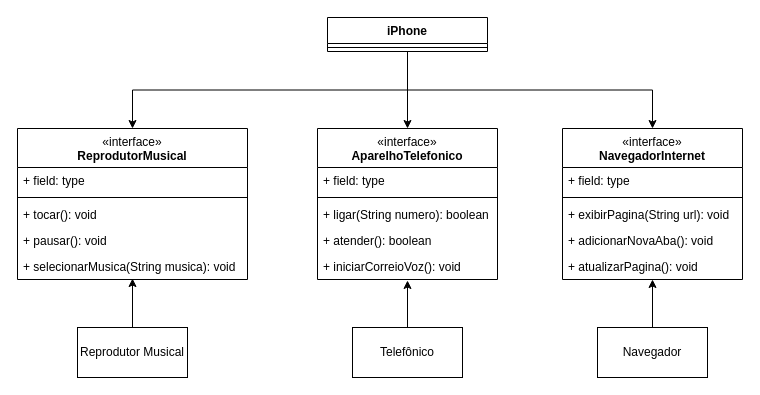
Above: desafio/ComponenteIphone/componente iPhone.drawio in JandersonMota/estudando-java (draw.io), before the change. Source tidied: cells renumbered, new cells numbered last; positions are measured from the earlier drawing's top-left corner, leaving out a move shared by most shapes. Both pictures are drawn from the tidied source at 100%, with x=0, y=0 at pixel (17, 17).
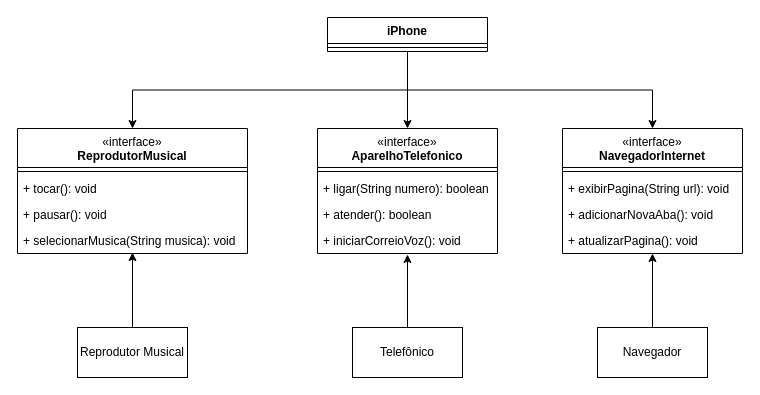
The same page after the edit.

What changed in the source:
```diff
@@
     <mxCell id="5" value="&lt;div&gt;&lt;span style=&quot;font-weight: 400;&quot;&gt;«interface»&lt;/span&gt;&lt;br&gt;&lt;/div&gt;ReprodutorMusical" style="swimlane;fontStyle=1;align=center;verticalAlign=top;horizontal=1;startSize=39;whiteSpace=wrap;html=1;" parent="1" vertex="1">
-      <mxGeometry y="111" width="230" height="151" as="geometry" />
+      <mxGeometry y="111" width="230" height="125" as="geometry" />
     </mxCell>
-    <mxCell id="6" value="+ field: type" style="text;strokeColor=none;fillColor=none;align=left;verticalAlign=top;spacingLeft=4;spacingRight=4;overflow=hidden;whiteSpace=wrap;html=1;" parent="5" vertex="1">
-      <mxGeometry y="39" width="230" height="26" as="geometry" />
-    </mxCell>
     <mxCell id="7" style="line;strokeWidth=1;fillColor=none;align=left;verticalAlign=middle;spacingTop=-1;spacingLeft=3;spacingRight=3;labelPosition=right;strokeColor=inherit;" parent="5" vertex="1">
-      <mxGeometry y="65" width="230" height="8" as="geometry" />
+      <mxGeometry y="39" width="230" height="8" as="geometry" />
     </mxCell>
     <mxCell id="8" value="+ tocar(): void" style="text;strokeColor=none;fillColor=none;align=left;verticalAlign=top;spacingLeft=4;spacingRight=4;overflow=hidden;whiteSpace=wrap;html=1;" parent="5" vertex="1">
-      <mxGeometry y="73" width="230" height="26" as="geometry" />
+      <mxGeometry y="47" width="230" height="26" as="geometry" />
     </mxCell>
     <mxCell id="9" value="+ pausar(): void" style="text;strokeColor=none;fillColor=none;align=left;verticalAlign=top;spacingLeft=4;spacingRight=4;overflow=hidden;whiteSpace=wrap;html=1;" parent="5" vertex="1">
-      <mxGeometry y="99" width="230" height="26" as="geometry" />
+      <mxGeometry y="73" width="230" height="26" as="geometry" />
     </mxCell>
     <mxCell id="10" value="+ selecionarMusica(String musica): void" style="text;strokeColor=none;fillColor=none;align=left;verticalAlign=top;spacingLeft=4;spacingRight=4;overflow=hidden;points=[[0,0.5],[1,0.5]];portConstraint=eastwest;whiteSpace=wrap;html=1;" parent="5" vertex="1">
-      <mxGeometry y="125" width="230" height="26" as="geometry" />
+      <mxGeometry y="99" width="230" height="26" as="geometry" />
     </mxCell>
     <mxCell id="11" value="&lt;div&gt;&lt;span style=&quot;font-weight: 400;&quot;&gt;«interface»&lt;/span&gt;&lt;br&gt;&lt;/div&gt;AparelhoTelefonico" style="swimlane;fontStyle=1;align=center;verticalAlign=top;horizontal=1;startSize=39;whiteSpace=wrap;html=1;" parent="1" vertex="1">
-      <mxGeometry x="300" y="111" width="180" height="151" as="geometry" />
+      <mxGeometry x="300" y="111" width="180" height="125" as="geometry" />
     </mxCell>
-    <mxCell id="12" value="+ field: type" style="text;strokeColor=none;fillColor=none;align=left;verticalAlign=top;spacingLeft=4;spacingRight=4;overflow=hidden;whiteSpace=wrap;html=1;" parent="11" vertex="1">
-      <mxGeometry y="39" width="180" height="26" as="geometry" />
-    </mxCell>
     <mxCell id="13" style="line;strokeWidth=1;fillColor=none;align=left;verticalAlign=middle;spacingTop=-1;spacingLeft=3;spacingRight=3;labelPosition=right;strokeColor=inherit;" parent="11" vertex="1">
-      <mxGeometry y="65" width="180" height="8" as="geometry" />
+      <mxGeometry y="39" width="180" height="8" as="geometry" />
     </mxCell>
     <mxCell id="14" value="+ ligar(String numero): boolean" style="text;strokeColor=none;fillColor=none;align=left;verticalAlign=top;spacingLeft=4;spacingRight=4;overflow=hidden;whiteSpace=wrap;html=1;" parent="11" vertex="1">
-      <mxGeometry y="73" width="180" height="26" as="geometry" />
+      <mxGeometry y="47" width="180" height="26" as="geometry" />
     </mxCell>
     <mxCell id="15" value="+ atender(): boolean" style="text;strokeColor=none;fillColor=none;align=left;verticalAlign=top;spacingLeft=4;spacingRight=4;overflow=hidden;whiteSpace=wrap;html=1;" parent="11" vertex="1">
-      <mxGeometry y="99" width="180" height="26" as="geometry" />
+      <mxGeometry y="73" width="180" height="26" as="geometry" />
     </mxCell>
     <mxCell id="16" value="+ iniciarCorreioVoz(): void" style="text;strokeColor=none;fillColor=none;align=left;verticalAlign=top;spacingLeft=4;spacingRight=4;overflow=hidden;points=[[0,0.5],[1,0.5]];portConstraint=eastwest;whiteSpace=wrap;html=1;" parent="11" vertex="1">
-      <mxGeometry y="125" width="180" height="26" as="geometry" />
+      <mxGeometry y="99" width="180" height="26" as="geometry" />
     </mxCell>
     <mxCell id="17" value="&lt;div&gt;&lt;span style=&quot;font-weight: 400;&quot;&gt;«interface»&lt;/span&gt;&lt;br&gt;&lt;/div&gt;NavegadorInternet" style="swimlane;fontStyle=1;align=center;verticalAlign=top;horizontal=1;startSize=39;whiteSpace=wrap;html=1;" parent="1" vertex="1">
-      <mxGeometry x="545" y="111" width="180" height="151" as="geometry" />
+      <mxGeometry x="545" y="111" width="180" height="125" as="geometry" />
     </mxCell>
-    <mxCell id="18" value="+ field: type" style="text;strokeColor=none;fillColor=none;align=left;verticalAlign=top;spacingLeft=4;spacingRight=4;overflow=hidden;whiteSpace=wrap;html=1;" parent="17" vertex="1">
-      <mxGeometry y="39" width="180" height="26" as="geometry" />
-    </mxCell>
     <mxCell id="19" style="line;strokeWidth=1;fillColor=none;align=left;verticalAlign=middle;spacingTop=-1;spacingLeft=3;spacingRight=3;labelPosition=right;strokeColor=inherit;" parent="17" vertex="1">
-      <mxGeometry y="65" width="180" height="8" as="geometry" />
+      <mxGeometry y="39" width="180" height="8" as="geometry" />
     </mxCell>
     <mxCell id="20" value="+ exibirPagina(String url): void" style="text;strokeColor=none;fillColor=none;align=left;verticalAlign=top;spacingLeft=4;spacingRight=4;overflow=hidden;whiteSpace=wrap;html=1;" parent="17" vertex="1">
-      <mxGeometry y="73" width="180" height="26" as="geometry" />
+      <mxGeometry y="47" width="180" height="26" as="geometry" />
     </mxCell>
     <mxCell id="21" value="+ adicionarNovaAba(): void" style="text;strokeColor=none;fillColor=none;align=left;verticalAlign=top;spacingLeft=4;spacingRight=4;overflow=hidden;whiteSpace=wrap;html=1;" parent="17" vertex="1">
-      <mxGeometry y="99" width="180" height="26" as="geometry" />
+      <mxGeometry y="73" width="180" height="26" as="geometry" />
     </mxCell>
     <mxCell id="22" value="+ atualizarPagina(): void" style="text;strokeColor=none;fillColor=none;align=left;verticalAlign=top;spacingLeft=4;spacingRight=4;overflow=hidden;points=[[0,0.5],[1,0.5]];portConstraint=eastwest;whiteSpace=wrap;html=1;" parent="17" vertex="1">
-      <mxGeometry y="125" width="180" height="26" as="geometry" />
+      <mxGeometry y="99" width="180" height="26" as="geometry" />
     </mxCell>
```
